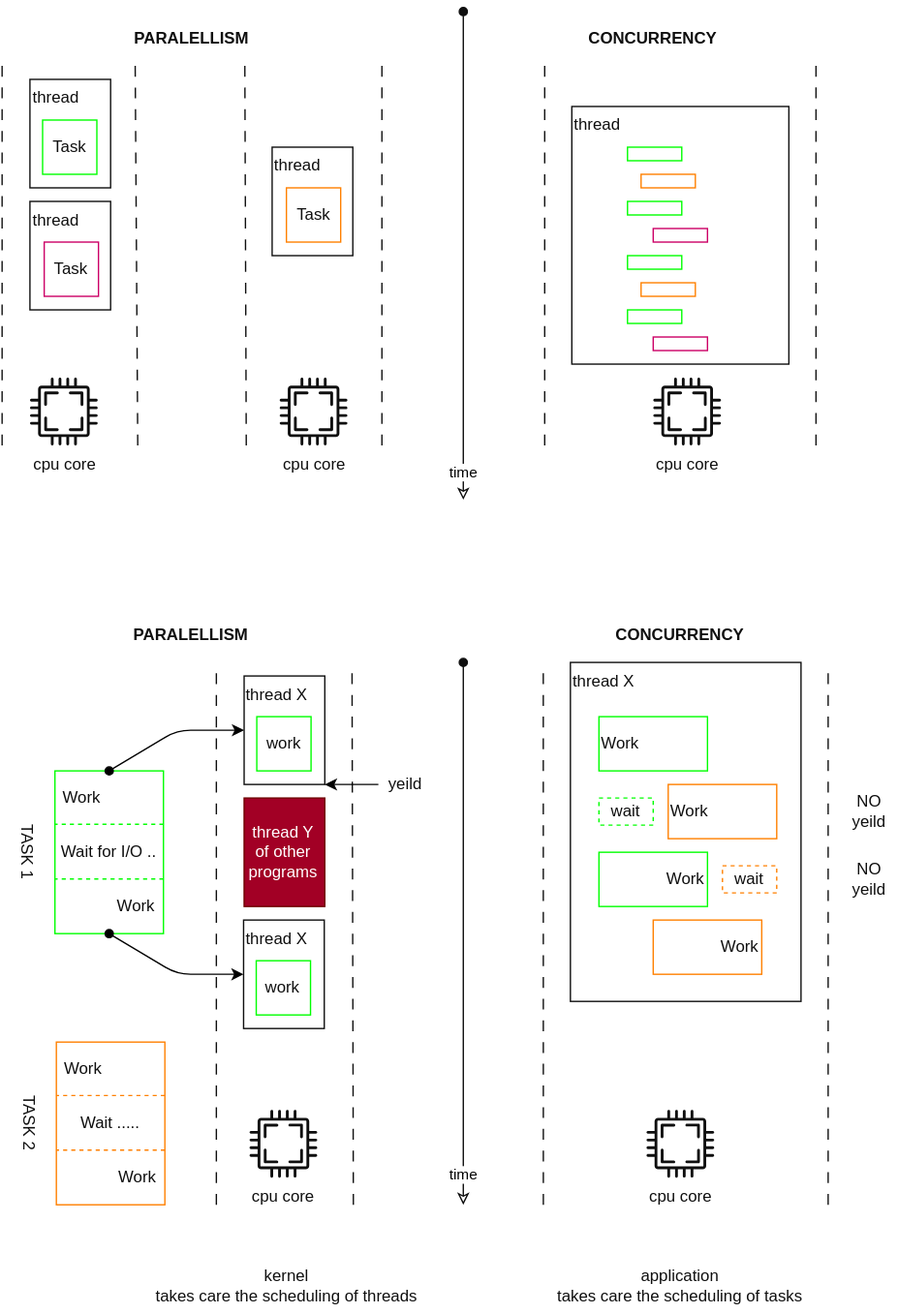
htgithub194/self-study keeps this draw.io diagram as docs/rust/async/images/concurency_vs_paralellism.drawio.svg. Above is the earlier version. Source tidied: cells renumbered, new cells last; positions are measured from the earlier drawing's top-left corner, leaving out a move shared by most shapes.
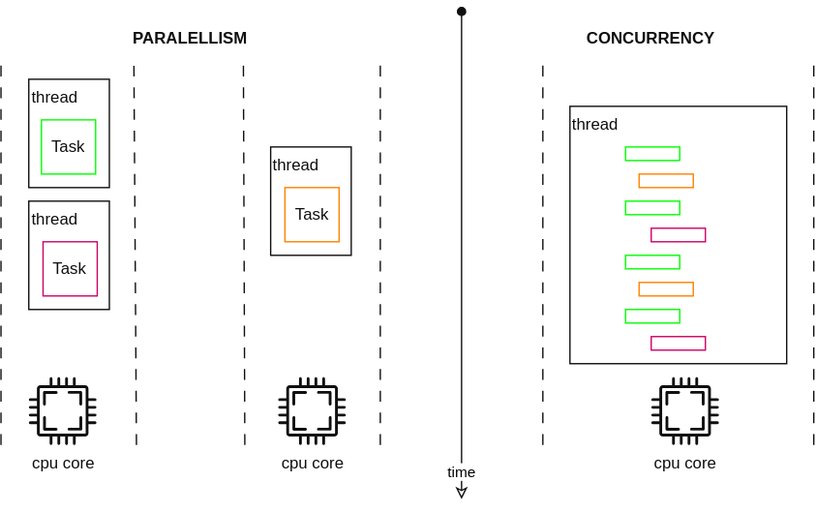
Above is the later version.

What changed in the source:
```diff
@@ -74,182 +74,12 @@
         <mxPoint x="381.1" y="360" as="targetPoint" />
       </mxGeometry>
     </mxCell>
-    <mxCell id="19" value="PARALELLISM" style="text;html=1;align=center;verticalAlign=middle;whiteSpace=wrap;rounded=0;fontColor=light-dark(#0F0F0F,#F0F0F0);fontStyle=1;" parent="1" vertex="1">
-      <mxGeometry x="41" y="440" width="278.9" height="40" as="geometry" />
-    </mxCell>
-    <mxCell id="20" style="endArrow=none;html=1;strokeColor=light-dark(#0F0F0F,#F0F0F0);dashed=1;dashPattern=8 8;" parent="1" edge="1">
-      <mxGeometry relative="1" as="geometry">
-        <mxPoint x="199" y="880" as="sourcePoint" />
-        <mxPoint x="199" y="480" as="targetPoint" />
-      </mxGeometry>
-    </mxCell>
-    <mxCell id="21" style="endArrow=none;html=1;strokeColor=light-dark(#0F0F0F,#F0F0F0);dashed=1;dashPattern=8 8;" parent="1" edge="1">
-      <mxGeometry relative="1" as="geometry">
-        <mxPoint x="300" y="880" as="sourcePoint" />
-        <mxPoint x="299" y="480" as="targetPoint" />
-      </mxGeometry>
-    </mxCell>
-    <mxCell id="22" value="thread X" style="rounded=0;whiteSpace=wrap;html=1;strokeColor=light-dark(#0F0F0F,#F0F0F0);fillColor=none;align=left;fontColor=light-dark(#0F0F0F,#F0F0F0);verticalAlign=top;" parent="1" vertex="1">
-      <mxGeometry x="219.5" y="490" width="59.5" height="80" as="geometry" />
-    </mxCell>
-    <mxCell id="23" value="cpu core" style="sketch=0;shadow=0;dashed=0;html=1;strokeColor=none;fillColor=light-dark(#0F0F0F,#F0F0F0);labelPosition=center;verticalLabelPosition=bottom;verticalAlign=top;align=center;shape=mxgraph.vvd.cpu;fontColor=light-dark(#0F0F0F,#F0F0F0);" parent="1" vertex="1">
-      <mxGeometry x="223.4" y="810" width="50" height="50" as="geometry" />
-    </mxCell>
-    <mxCell id="24" value="work" style="rounded=0;whiteSpace=wrap;html=1;strokeColor=light-dark(#00FF00,#00FF00);fillColor=none;align=center;fontColor=light-dark(#0F0F0F,#F0F0F0);" parent="1" vertex="1">
-      <mxGeometry x="228.8" y="520" width="40" height="40" as="geometry" />
-    </mxCell>
-    <mxCell id="25" value="thread Y of other programs" style="rounded=0;whiteSpace=wrap;html=1;strokeColor=#6F0000;fillColor=#a20025;align=center;verticalAlign=middle;fontColor=#ffffff;" parent="1" vertex="1">
-      <mxGeometry x="219.5" y="580" width="59.5" height="80" as="geometry" />
-    </mxCell>
-    <mxCell id="26" value="thread X" style="rounded=0;whiteSpace=wrap;html=1;strokeColor=light-dark(#0F0F0F,#F0F0F0);fillColor=none;align=left;fontColor=light-dark(#0F0F0F,#F0F0F0);verticalAlign=top;" parent="1" vertex="1">
-      <mxGeometry x="219.1" y="670" width="59.5" height="80" as="geometry" />
-    </mxCell>
-    <mxCell id="27" value="work" style="rounded=0;whiteSpace=wrap;html=1;strokeColor=light-dark(#00FF00,#00FF00);fillColor=none;align=center;fontColor=light-dark(#0F0F0F,#F0F0F0);" parent="1" vertex="1">
-      <mxGeometry x="228.4" y="700" width="40" height="40" as="geometry" />
-    </mxCell>
-    <mxCell id="28" value="kernel&amp;nbsp;&lt;div&gt;takes care the scheduling of threads&lt;/div&gt;" style="text;html=1;align=center;verticalAlign=middle;whiteSpace=wrap;rounded=0;fontColor=light-dark(#0F0F0F,#F0F0F0);" parent="1" vertex="1">
-      <mxGeometry x="131.1" y="920" width="240" height="40" as="geometry" />
-    </mxCell>
-    <mxCell id="29" style="group;" parent="1" vertex="1">
-      <mxGeometry x="40" y="560" width="120" height="120" as="geometry" />
-    </mxCell>
-    <mxCell id="30" style="rounded=0;whiteSpace=wrap;html=1;strokeColor=light-dark(#00FF00,#00FF00);fillColor=none;" parent="29" vertex="1">
-      <mxGeometry x="40" width="80" height="120" as="geometry" />
-    </mxCell>
-    <mxCell id="31" value="Wait for I/O .." style="rounded=0;whiteSpace=wrap;html=1;strokeColor=none;fillColor=none;dashed=1;fontColor=light-dark(#0F0F0F,#F0F0F0);" parent="29" vertex="1">
-      <mxGeometry x="40" y="40" width="80" height="40" as="geometry" />
-    </mxCell>
-    <mxCell id="32" value="TASK 1" style="text;html=1;align=center;verticalAlign=middle;whiteSpace=wrap;rounded=0;fontColor=light-dark(#0F0F0F,#F0F0F0);rotation=90;" parent="29" vertex="1">
-      <mxGeometry x="-40" y="40" width="120" height="40" as="geometry" />
-    </mxCell>
-    <mxCell id="33" value="Work" style="rounded=0;whiteSpace=wrap;html=1;strokeColor=none;fillColor=none;fontColor=light-dark(#0F0F0F,#F0F0F0);" parent="29" vertex="1">
-      <mxGeometry x="80" y="80" width="40" height="40" as="geometry" />
-    </mxCell>
-    <mxCell id="34" value="Work" style="rounded=0;whiteSpace=wrap;html=1;strokeColor=none;fillColor=none;fontColor=light-dark(#0F0F0F,#F0F0F0);" parent="29" vertex="1">
-      <mxGeometry x="40" width="40" height="40" as="geometry" />
-    </mxCell>
-    <mxCell id="35" style="endArrow=none;html=1;strokeColor=light-dark(#00FF00,#00FF00);dashed=1;" parent="29" edge="1">
-      <mxGeometry relative="1" as="geometry">
-        <mxPoint x="120" y="39.4" as="sourcePoint" />
-        <mxPoint x="40" y="39.4" as="targetPoint" />
-      </mxGeometry>
-    </mxCell>
-    <mxCell id="36" style="endArrow=none;html=1;strokeColor=light-dark(#00FF00,#00FF00);dashed=1;" parent="29" edge="1">
-      <mxGeometry relative="1" as="geometry">
-        <mxPoint x="120" y="79.7" as="sourcePoint" />
-        <mxPoint x="40" y="79.7" as="targetPoint" />
-      </mxGeometry>
-    </mxCell>
-    <mxCell id="37" style="edgeStyle=none;html=1;entryX=1;entryY=1;entryDx=0;entryDy=0;" parent="1" edge="1" source="38" target="22">
-      <mxGeometry relative="1" as="geometry" />
-    </mxCell>
-    <mxCell id="38" value="yeild" style="text;html=1;align=center;verticalAlign=middle;whiteSpace=wrap;rounded=0;fontColor=light-dark(#0F0F0F,#F0F0F0);" parent="1" vertex="1">
-      <mxGeometry x="318.4" y="550" width="41" height="40" as="geometry" />
-    </mxCell>
-    <mxCell id="39" style="edgeStyle=none;html=1;entryX=0;entryY=0.5;entryDx=0;entryDy=0;exitX=1;exitY=0;exitDx=0;exitDy=0;startArrow=oval;startFill=1;" parent="1" edge="1" source="34" target="22">
-      <mxGeometry relative="1" as="geometry">
-        <Array as="points">
-          <mxPoint x="170" y="530" />
-        </Array>
-      </mxGeometry>
-    </mxCell>
-    <mxCell id="40" style="edgeStyle=none;html=1;entryX=0;entryY=0.5;entryDx=0;entryDy=0;exitX=0;exitY=1;exitDx=0;exitDy=0;startArrow=oval;startFill=1;" parent="1" edge="1" source="33" target="26">
-      <mxGeometry relative="1" as="geometry">
-        <Array as="points">
-          <mxPoint x="170" y="710" />
-        </Array>
-      </mxGeometry>
-    </mxCell>
     <mxCell id="41" value="thread" style="rounded=0;whiteSpace=wrap;html=1;strokeColor=light-dark(#0F0F0F,#F0F0F0);fillColor=none;align=left;fontColor=light-dark(#0F0F0F,#F0F0F0);verticalAlign=top;" parent="1" vertex="1">
       <mxGeometry x="61.6" y="140" width="59.5" height="80" as="geometry" />
     </mxCell>
     <mxCell id="42" value="Task" style="rounded=0;whiteSpace=wrap;html=1;strokeColor=light-dark(#CC0066,#CC0066);fillColor=none;fontColor=light-dark(#0F0F0F,#F0F0F0);align=center;" parent="1" vertex="1">
       <mxGeometry x="72.1" y="170" width="40" height="40" as="geometry" />
     </mxCell>
-    <mxCell id="43" value="time" style="endArrow=classic;html=1;strokeColor=light-dark(#0F0F0F,#F0F0F0);endFill=0;startArrow=oval;startFill=1;" parent="1" edge="1">
-      <mxGeometry x="0.89" relative="1" as="geometry">
-        <mxPoint x="381.1" y="480" as="sourcePoint" />
-        <mxPoint x="381.1" y="880" as="targetPoint" />
-      </mxGeometry>
-    </mxCell>
-    <mxCell id="44" value="CONCURRENCY" style="text;html=1;align=center;verticalAlign=middle;whiteSpace=wrap;rounded=0;fontColor=light-dark(#0F0F0F,#F0F0F0);fontStyle=1;" parent="1" vertex="1">
-      <mxGeometry x="461.1" y="440" width="160" height="40" as="geometry" />
-    </mxCell>
-    <mxCell id="45" value="cpu core" style="sketch=0;shadow=0;dashed=0;html=1;strokeColor=none;fillColor=light-dark(#0F0F0F,#F0F0F0);labelPosition=center;verticalLabelPosition=bottom;verticalAlign=top;align=center;shape=mxgraph.vvd.cpu;fontColor=light-dark(#0F0F0F,#F0F0F0);" parent="1" vertex="1">
-      <mxGeometry x="516" y="810" width="50" height="50" as="geometry" />
-    </mxCell>
-    <mxCell id="46" value="Work" style="rounded=0;whiteSpace=wrap;html=1;strokeColor=light-dark(#00FF00,#00FF00);fillColor=none;align=left;fontColor=light-dark(#0F0F0F,#F0F0F0);" parent="1" vertex="1">
-      <mxGeometry x="481.1" y="520" width="80" height="40" as="geometry" />
-    </mxCell>
-    <mxCell id="47" value="Work" style="rounded=0;whiteSpace=wrap;html=1;strokeColor=light-dark(#00FF00,#00FF00);fillColor=none;align=right;fontColor=light-dark(#0F0F0F,#F0F0F0);" parent="1" vertex="1">
-      <mxGeometry x="481.1" y="620" width="80" height="40" as="geometry" />
-    </mxCell>
-    <mxCell id="48" value="Work" style="rounded=0;whiteSpace=wrap;html=1;strokeColor=light-dark(#FF8000,#FF8000);fillColor=none;fontColor=light-dark(#0F0F0F,#F0F0F0);align=right;" parent="1" vertex="1">
-      <mxGeometry x="521" y="670" width="80" height="40" as="geometry" />
-    </mxCell>
-    <mxCell id="49" value="Work" style="rounded=0;whiteSpace=wrap;html=1;strokeColor=light-dark(#FF8000,#FF8000);fillColor=none;fontColor=light-dark(#0F0F0F,#F0F0F0);align=left;" parent="1" vertex="1">
-      <mxGeometry x="532.1" y="570" width="80" height="40" as="geometry" />
-    </mxCell>
-    <mxCell id="50" value="wait" style="rounded=0;whiteSpace=wrap;html=1;strokeColor=light-dark(#00FF00,#00FF00);fillColor=none;align=center;fontColor=light-dark(#0F0F0F,#F0F0F0);dashed=1;" parent="1" vertex="1">
-      <mxGeometry x="481.1" y="580" width="40" height="20" as="geometry" />
-    </mxCell>
-    <mxCell id="51" value="wait" style="rounded=0;whiteSpace=wrap;html=1;strokeColor=light-dark(#FF8000,#FF8000);fillColor=none;fontColor=light-dark(#0F0F0F,#F0F0F0);dashed=1;" parent="1" vertex="1">
-      <mxGeometry x="572.1" y="630" width="40" height="20" as="geometry" />
-    </mxCell>
-    <mxCell id="52" style="endArrow=none;html=1;strokeColor=light-dark(#0F0F0F,#F0F0F0);dashed=1;dashPattern=8 8;" parent="1" edge="1">
-      <mxGeometry relative="1" as="geometry">
-        <mxPoint x="440.1" y="880" as="sourcePoint" />
-        <mxPoint x="440" y="480" as="targetPoint" />
-      </mxGeometry>
-    </mxCell>
-    <mxCell id="53" style="endArrow=none;html=1;strokeColor=light-dark(#0F0F0F,#F0F0F0);dashed=1;dashPattern=8 8;" parent="1" edge="1">
-      <mxGeometry relative="1" as="geometry">
-        <mxPoint x="650" y="880" as="sourcePoint" />
-        <mxPoint x="650" y="480" as="targetPoint" />
-      </mxGeometry>
-    </mxCell>
-    <mxCell id="54" value="application&amp;nbsp;&lt;div&gt;takes care the scheduling of tasks&lt;/div&gt;" style="text;html=1;align=center;verticalAlign=middle;whiteSpace=wrap;rounded=0;fontColor=light-dark(#0F0F0F,#F0F0F0);" parent="1" vertex="1">
-      <mxGeometry x="421.1" y="920" width="240" height="40" as="geometry" />
-    </mxCell>
-    <mxCell id="55" style="group;" parent="1" vertex="1">
-      <mxGeometry x="41" y="760" width="120" height="120" as="geometry" />
-    </mxCell>
-    <mxCell id="56" style="rounded=0;whiteSpace=wrap;html=1;strokeColor=light-dark(#FF8000,#FF8000);fillColor=none;" parent="55" vertex="1">
-      <mxGeometry x="40" width="80" height="120" as="geometry" />
-    </mxCell>
-    <mxCell id="57" value="Wait ....." style="rounded=0;whiteSpace=wrap;html=1;strokeColor=none;fillColor=none;dashed=1;fontColor=light-dark(#0F0F0F,#F0F0F0);" parent="55" vertex="1">
-      <mxGeometry x="40" y="40" width="80" height="40" as="geometry" />
-    </mxCell>
-    <mxCell id="58" value="TASK 2" style="text;html=1;align=center;verticalAlign=middle;whiteSpace=wrap;rounded=0;fontColor=light-dark(#0F0F0F,#F0F0F0);rotation=90;" parent="55" vertex="1">
-      <mxGeometry x="-40" y="40" width="120" height="40" as="geometry" />
-    </mxCell>
-    <mxCell id="59" value="Work" style="rounded=0;whiteSpace=wrap;html=1;strokeColor=none;fillColor=none;fontColor=light-dark(#0F0F0F,#F0F0F0);" parent="55" vertex="1">
-      <mxGeometry x="80" y="80" width="40" height="40" as="geometry" />
-    </mxCell>
-    <mxCell id="60" value="Work" style="rounded=0;whiteSpace=wrap;html=1;strokeColor=none;fillColor=none;fontColor=light-dark(#0F0F0F,#F0F0F0);" parent="55" vertex="1">
-      <mxGeometry x="40" width="40" height="40" as="geometry" />
-    </mxCell>
-    <mxCell id="61" style="endArrow=none;html=1;strokeColor=light-dark(#FF8000,#FF8000);dashed=1;fontColor=light-dark(#FF8000,#FF8000);" parent="55" edge="1">
-      <mxGeometry relative="1" as="geometry">
-        <mxPoint x="120" y="39.4" as="sourcePoint" />
-        <mxPoint x="40" y="39.4" as="targetPoint" />
-      </mxGeometry>
-    </mxCell>
-    <mxCell id="62" style="endArrow=none;html=1;strokeColor=light-dark(#FF8000,#FF8000);dashed=1;" parent="55" edge="1">
-      <mxGeometry relative="1" as="geometry">
-        <mxPoint x="120" y="79.7" as="sourcePoint" />
-        <mxPoint x="40" y="79.7" as="targetPoint" />
-      </mxGeometry>
-    </mxCell>
-    <mxCell id="63" value="&lt;div&gt;NO&lt;/div&gt;yeild" style="text;html=1;align=center;verticalAlign=middle;whiteSpace=wrap;rounded=0;fontColor=light-dark(#0F0F0F,#F0F0F0);" parent="1" vertex="1">
-      <mxGeometry x="660" y="570" width="41" height="40" as="geometry" />
-    </mxCell>
-    <mxCell id="64" value="&lt;div&gt;NO&lt;/div&gt;yeild" style="text;html=1;align=center;verticalAlign=middle;whiteSpace=wrap;rounded=0;fontColor=light-dark(#0F0F0F,#F0F0F0);" parent="1" vertex="1">
-      <mxGeometry x="660" y="620" width="41" height="40" as="geometry" />
-    </mxCell>
-    <mxCell id="65" value="thread X" style="rounded=0;whiteSpace=wrap;html=1;strokeColor=light-dark(#0F0F0F,#F0F0F0);fillColor=none;align=left;fontColor=light-dark(#0F0F0F,#F0F0F0);verticalAlign=top;" parent="1" vertex="1">
-      <mxGeometry x="460" y="480" width="170" height="250" as="geometry" />
-    </mxCell>
     <mxCell id="66" style="rounded=0;whiteSpace=wrap;html=1;strokeColor=light-dark(#00FF00,#00FF00);fillColor=none;align=center;fontColor=light-dark(#0F0F0F,#F0F0F0);" parent="1" vertex="1">
       <mxGeometry x="502.1" y="100" width="40" height="10" as="geometry" />
     </mxCell>
```
